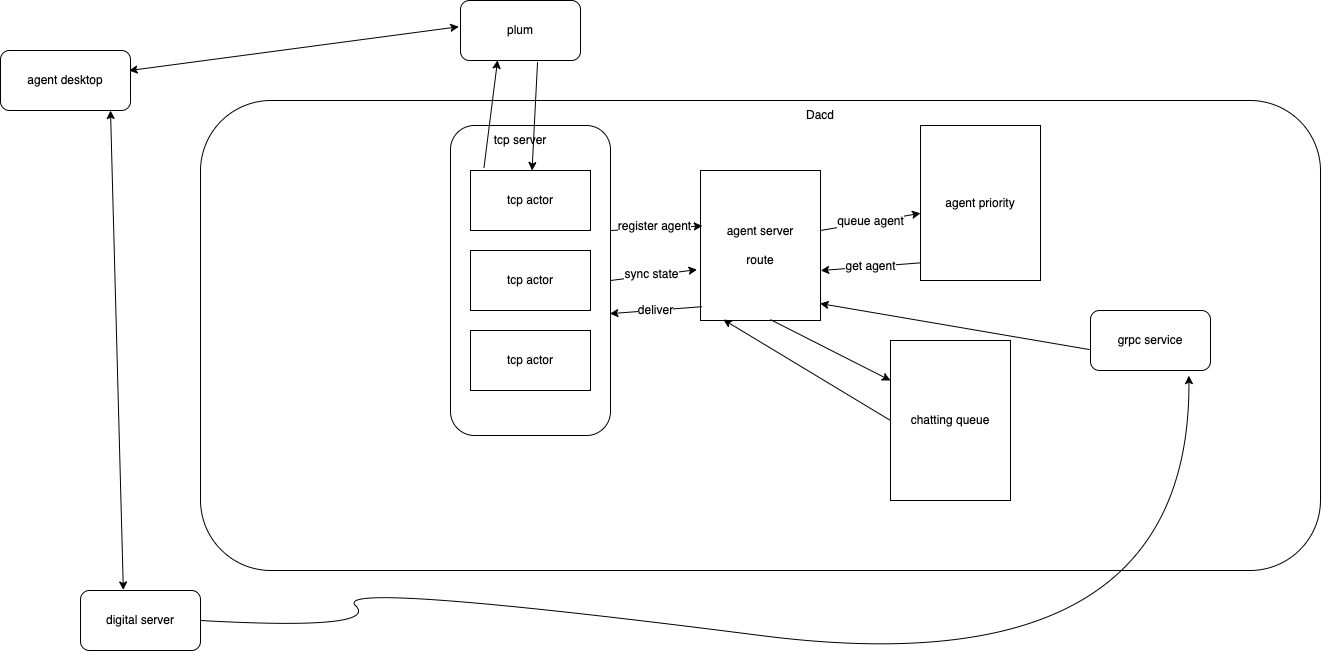
sunxingsong/app-digrams keeps this draw.io diagram as dacd.drawio.png. Above is the earlier version. Source tidied: cells renumbered, new cells last; positions are measured from the earlier drawing's top-left corner, leaving out a move shared by most shapes.
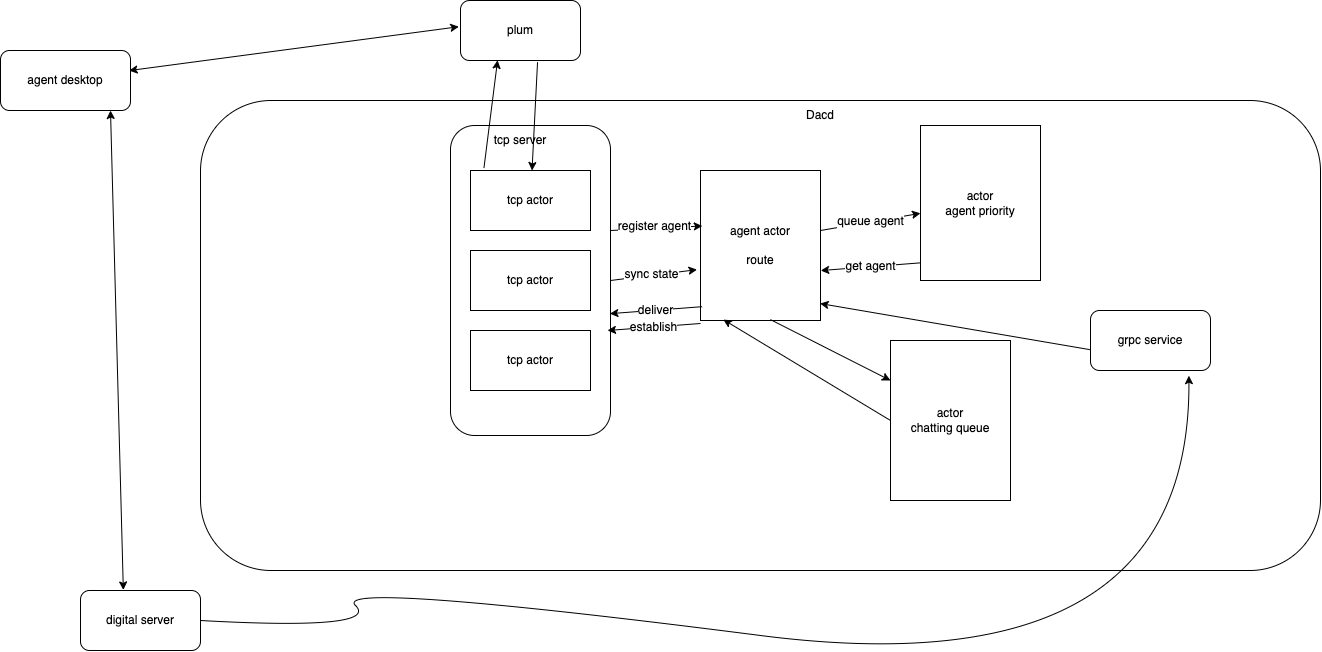
After the change.

Change to the diagram source:
```diff
@@ -20,13 +20,13 @@
     <mxCell id="7" value="tcp server" style="text;html=1;strokeColor=none;fillColor=none;align=center;verticalAlign=middle;whiteSpace=wrap;rounded=0;" parent="1" vertex="1">
       <mxGeometry x="490" y="125" width="60" height="30" as="geometry" />
     </mxCell>
-    <mxCell id="8" value="agent server&lt;br&gt;&lt;br&gt;route" style="rounded=0;whiteSpace=wrap;html=1;" parent="1" vertex="1">
+    <mxCell id="8" value="agent actor&lt;br&gt;&lt;br&gt;route" style="rounded=0;whiteSpace=wrap;html=1;" parent="1" vertex="1">
       <mxGeometry x="700" y="170" width="120" height="150" as="geometry" />
     </mxCell>
-    <mxCell id="9" value="agent priority" style="rounded=0;whiteSpace=wrap;html=1;" parent="1" vertex="1">
+    <mxCell id="9" value="actor&lt;br&gt;agent priority" style="rounded=0;whiteSpace=wrap;html=1;" parent="1" vertex="1">
       <mxGeometry x="920" y="125" width="120" height="155" as="geometry" />
     </mxCell>
-    <mxCell id="10" value="chatting queue" style="rounded=0;whiteSpace=wrap;html=1;" parent="1" vertex="1">
+    <mxCell id="10" value="actor&lt;br&gt;chatting queue" style="rounded=0;whiteSpace=wrap;html=1;" parent="1" vertex="1">
       <mxGeometry x="890" y="340" width="120" height="160" as="geometry" />
     </mxCell>
     <mxCell id="11" style="endArrow=classic;html=1;rounded=0;entryX=0.015;entryY=0.37;entryDx=0;entryDy=0;entryPerimeter=0;" parent="1" edge="1" target="8">
@@ -103,5 +103,11 @@
         </Array>
       </mxGeometry>
     </mxCell>
+    <mxCell id="31" value="establish" style="endArrow=classic;html=1;rounded=0;entryX=0.996;entryY=0.607;entryDx=0;entryDy=0;entryPerimeter=0;exitX=0.013;exitY=0.908;exitDx=0;exitDy=0;exitPerimeter=0;" parent="1" edge="1">
+      <mxGeometry relative="1" as="geometry">
+        <mxPoint x="700" y="323" as="sourcePoint" />
+        <mxPoint x="607" y="330" as="targetPoint" />
+      </mxGeometry>
+    </mxCell>
   </root>
 </mxGraphModel>
```
